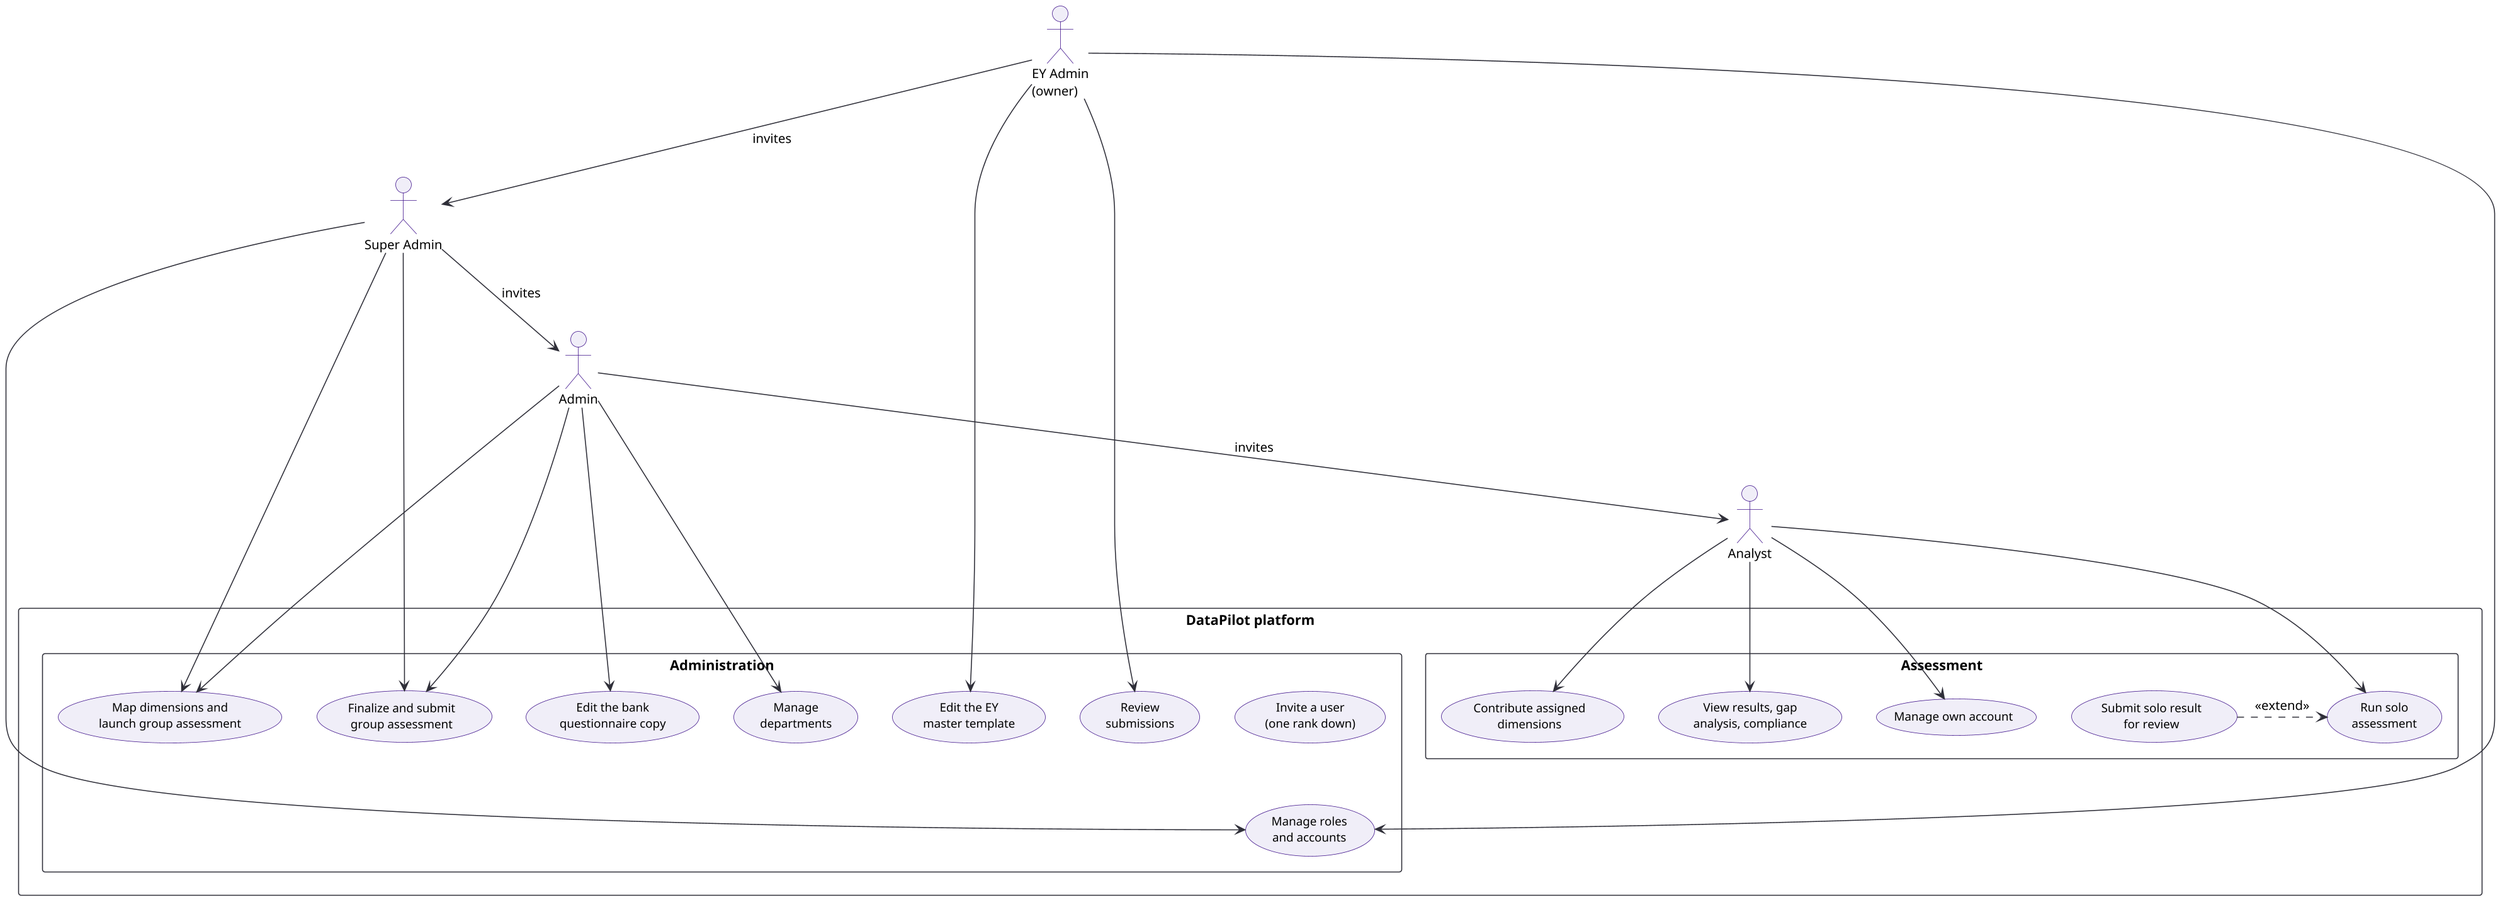
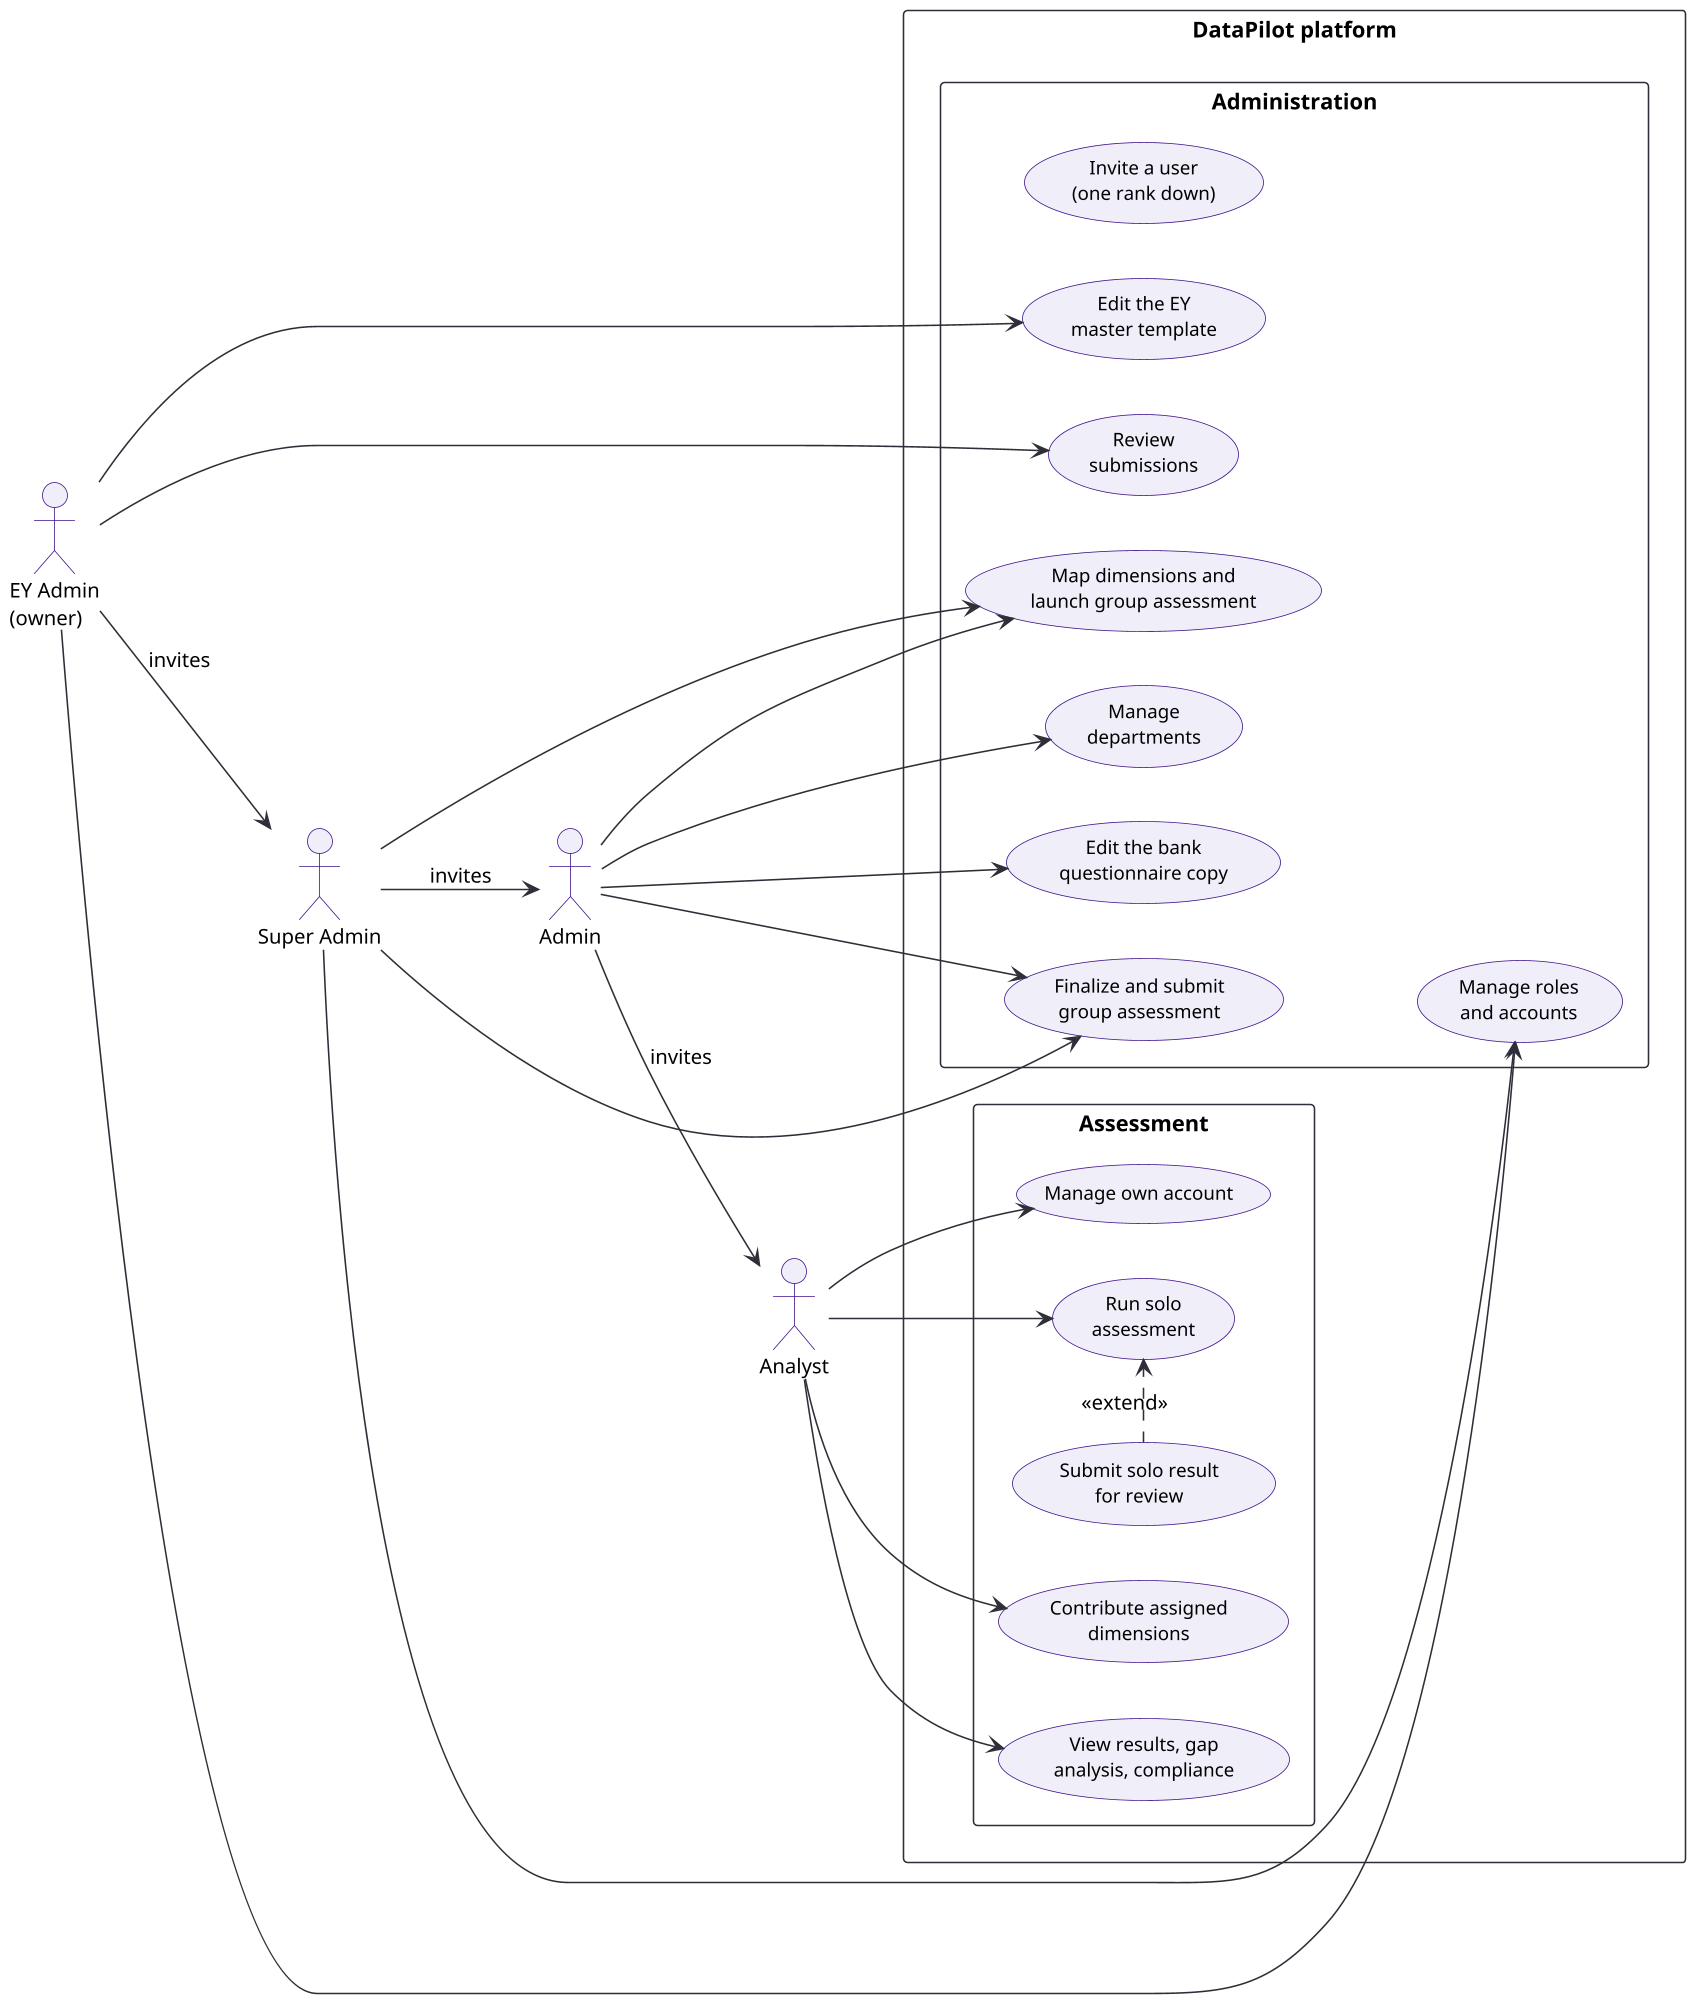
@startuml usecase
- top to bottom direction
+ left to right direction
skinparam backgroundColor white
skinparam defaultFontSize 13
skinparam dpi 150
skinparam actorBackgroundColor #F0EEF8
skinparam actorBorderColor #3D108A
skinparam actorFontSize 13
skinparam usecaseBackgroundColor #F0EEF8
skinparam usecase {
  BorderColor #3D108A
  FontSize 12
}
skinparam rectangleBorderColor #2E2E38
skinparam rectangleFontStyle bold
skinparam rectangleFontSize 14
skinparam packageStyle rectangle
skinparam arrowColor #2E2E38

actor "EY Admin\n(owner)" as owner
actor "Super Admin" as sadmin
actor "Admin" as admin
actor "Analyst" as analyst

' Relationship between the actors: the top-down invite chain,
' each role invites exactly one rank below itself.
owner --> sadmin : invites
sadmin --> admin : invites
admin --> analyst : invites

rectangle "DataPilot platform" {
  rectangle "Administration" {
    usecase "Invite a user\n(one rank down)" as UCinvite
    usecase "Manage roles\nand accounts" as UCroles
    usecase "Manage\ndepartments" as UCdept
    usecase "Edit the EY\nmaster template" as UCmaster
    usecase "Edit the bank\nquestionnaire copy" as UCbank
    usecase "Map dimensions and\nlaunch group assessment" as UCmap
    usecase "Finalize and submit\ngroup assessment" as UCfinal
    usecase "Review\nsubmissions" as UCreview
  }
  rectangle "Assessment" {
    usecase "Run solo\nassessment" as UCsolo
    usecase "Submit solo result\nfor review" as UCsubmit
    usecase "Contribute assigned\ndimensions" as UCcontrib
    usecase "View results, gap\nanalysis, compliance" as UCviews
    usecase "Manage own account" as UCacct
  }
}

owner --> UCmaster
owner --> UCroles
owner --> UCreview

sadmin --> UCroles
sadmin --> UCmap
sadmin --> UCfinal

admin --> UCdept
admin --> UCbank
admin --> UCmap
admin --> UCfinal

analyst --> UCsolo
analyst --> UCcontrib
analyst --> UCviews
analyst --> UCacct

UCinvite -[hidden]down-> UCroles
UCsubmit .> UCsolo : <<extend>>
@enduml
